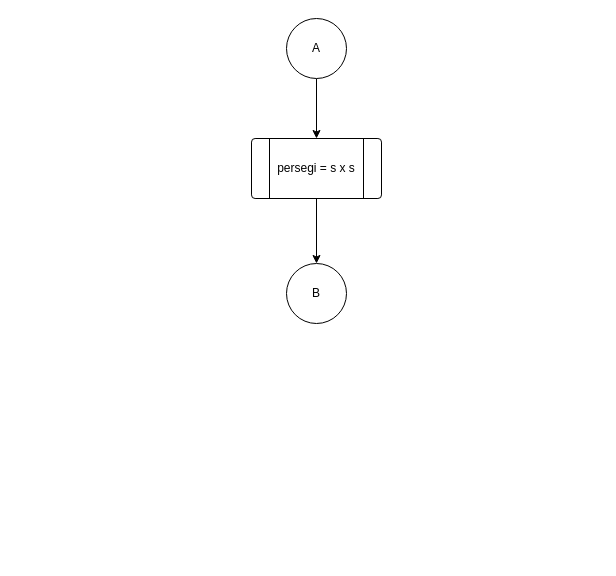
Before: page "Praktikum 14" (14 of 15) of ifMajemuk.drawio in rizalfadhlan/rizalfadhlan, a draw.io diagram. Source tidied: cells renumbered, new cells numbered last; positions are measured from the earlier drawing's top-left corner, leaving out a move shared by most shapes. Both pictures are drawn from the tidied source at 100%, with x=0, y=0 at pixel (251, 18).
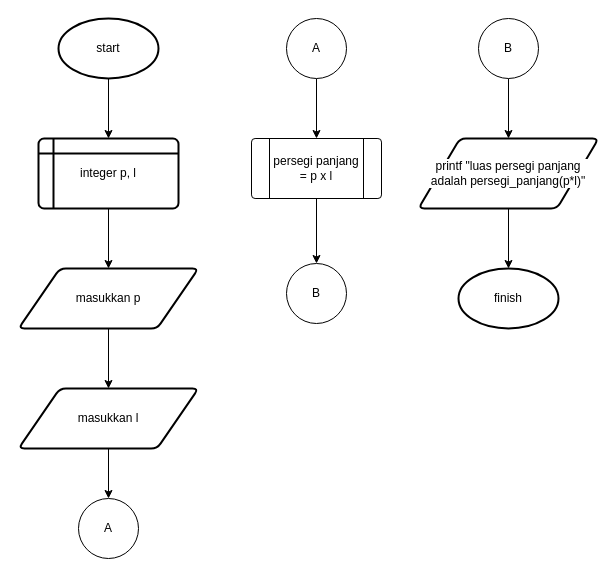
Above is the later version.

Diff of the diagram source:
```diff
@@
-    <mxCell id="6" value="persegi = s x s" style="verticalLabelPosition=middle;verticalAlign=middle;html=1;shape=process;whiteSpace=wrap;rounded=1;size=0.14;arcSize=6;labelPosition=center;align=center;" parent="1" vertex="1">
+    <mxCell id="6" value="persegi panjang = p x l" style="verticalLabelPosition=middle;verticalAlign=middle;html=1;shape=process;whiteSpace=wrap;rounded=1;size=0.14;arcSize=6;labelPosition=center;align=center;" parent="1" vertex="1">
       <mxGeometry y="120" width="130" height="60" as="geometry" />
     </mxCell>
+    <mxCell id="7" style="edgeStyle=orthogonalEdgeStyle;rounded=0;jettySize=auto;html=1;" parent="1" edge="1" source="8" target="10">
+      <mxGeometry relative="1" as="geometry" />
+    </mxCell>
+    <mxCell id="8" value="start" style="strokeWidth=2;html=1;shape=mxgraph.flowchart.start_1;whiteSpace=wrap;" parent="1" vertex="1">
+      <mxGeometry x="-193" width="100" height="60" as="geometry" />
+    </mxCell>
+    <mxCell id="9" style="edgeStyle=orthogonalEdgeStyle;rounded=0;jettySize=auto;html=1;" parent="1" edge="1" source="10" target="12">
+      <mxGeometry relative="1" as="geometry" />
+    </mxCell>
+    <mxCell id="10" value="integer p, l" style="shape=internalStorage;whiteSpace=wrap;html=1;dx=15;dy=15;rounded=1;arcSize=8;strokeWidth=2;" parent="1" vertex="1">
+      <mxGeometry x="-213" y="120" width="140" height="70" as="geometry" />
+    </mxCell>
+    <mxCell id="11" style="edgeStyle=orthogonalEdgeStyle;rounded=0;jettySize=auto;html=1;" parent="1" edge="1" source="12" target="15">
+      <mxGeometry relative="1" as="geometry" />
+    </mxCell>
+    <mxCell id="12" value="masukkan p" style="shape=parallelogram;html=1;strokeWidth=2;perimeter=parallelogramPerimeter;whiteSpace=wrap;rounded=1;arcSize=12;size=0.23;" parent="1" vertex="1">
+      <mxGeometry x="-233" y="250" width="180" height="60" as="geometry" />
+    </mxCell>
+    <mxCell id="13" value="A" style="ellipse;whiteSpace=wrap;html=1;" parent="1" vertex="1">
+      <mxGeometry x="-173" y="480" width="60" height="60" as="geometry" />
+    </mxCell>
+    <mxCell id="14" style="edgeStyle=orthogonalEdgeStyle;rounded=0;jettySize=auto;html=1;" parent="1" edge="1" source="15" target="13">
+      <mxGeometry relative="1" as="geometry" />
+    </mxCell>
+    <mxCell id="15" value="masukkan l" style="shape=parallelogram;html=1;strokeWidth=2;perimeter=parallelogramPerimeter;whiteSpace=wrap;rounded=1;arcSize=12;size=0.23;" parent="1" vertex="1">
+      <mxGeometry x="-233" y="370" width="180" height="60" as="geometry" />
+    </mxCell>
+    <mxCell id="16" style="edgeStyle=orthogonalEdgeStyle;rounded=0;jettySize=auto;html=1;" parent="1" edge="1" source="17" target="19">
+      <mxGeometry relative="1" as="geometry" />
+    </mxCell>
+    <mxCell id="17" value="B" style="ellipse;whiteSpace=wrap;html=1;" parent="1" vertex="1">
+      <mxGeometry x="227" width="60" height="60" as="geometry" />
+    </mxCell>
+    <mxCell id="18" style="edgeStyle=orthogonalEdgeStyle;rounded=0;jettySize=auto;html=1;" parent="1" edge="1" source="19" target="20">
+      <mxGeometry relative="1" as="geometry" />
+    </mxCell>
+    <mxCell id="19" value="printf &quot;luas persegi panjang adalah persegi_panjang(p*l)&quot;" style="shape=parallelogram;strokeWidth=2;perimeter=parallelogramPerimeter;rounded=1;arcSize=12;size=0.23;whiteSpace=wrap;html=1;labelBackgroundColor=default;" parent="1" vertex="1">
+      <mxGeometry x="167" y="120" width="180" height="70" as="geometry" />
+    </mxCell>
+    <mxCell id="20" value="finish" style="strokeWidth=2;html=1;shape=mxgraph.flowchart.start_1;whiteSpace=wrap;" parent="1" vertex="1">
+      <mxGeometry x="207" y="250" width="100" height="60" as="geometry" />
+    </mxCell>
```
